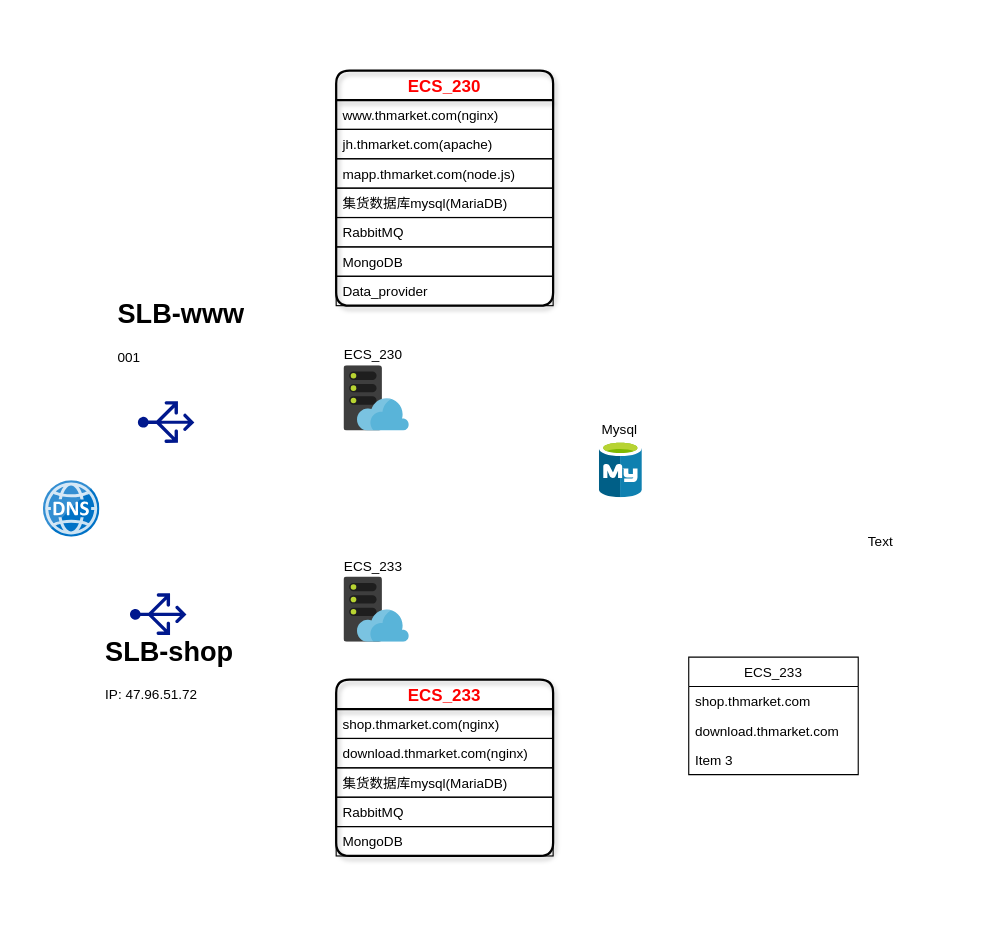
Above: draw-Files/Untitled Diagram.drawio in zhml8951/tianhuan (draw.io), before the change. Source tidied: cells renumbered, new cells numbered last; positions are measured from the earlier drawing's top-left corner, leaving out a move shared by most shapes. Both pictures are drawn from the tidied source at 113%, with x=0, y=0 at pixel (43, 70).
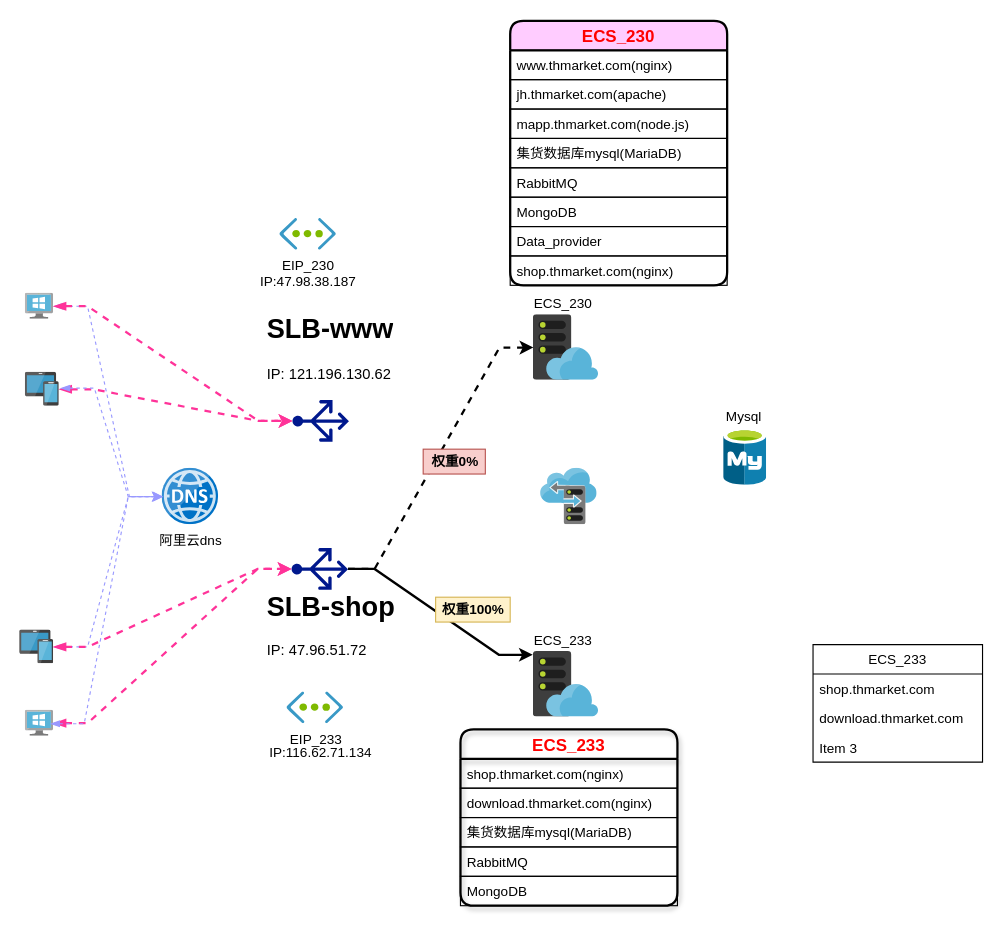
After the change.

The change refers to these unchanged cells:
```xml
<mxCell id="4" style="html=1;points=[];align=center;image;fontSize=12;image=img/lib/mscae/WebHosting.svg;" parent="3" vertex="1">
  <mxGeometry x="7" y="19.2" width="57.8" height="57.8" as="geometry" />
</mxCell>
<mxCell id="11" style="html=1;points=[];align=center;image;fontSize=12;image=img/lib/mscae/WebHosting.svg;" parent="10" vertex="1">
  <mxGeometry x="7" y="19.2" width="57.8" height="57.8" as="geometry" />
</mxCell>
```

Diff of the diagram source:
```diff
@@
-    <mxCell id="2" value="Text" style="text;html=1;strokeColor=none;fillColor=none;align=center;verticalAlign=middle;whiteSpace=wrap;rounded=0;" parent="1" vertex="1">
-      <mxGeometry x="721" y="407" width="40" height="20" as="geometry" />
-    </mxCell>
     <mxCell id="3" style="group;" parent="1" vertex="1">
-      <mxGeometry x="259" y="242" width="77" height="77" as="geometry" />
+      <mxGeometry x="426.5" y="197" width="77" height="77" as="geometry" />
     </mxCell>
@@
     <mxCell id="6" style="group;" parent="1" vertex="1">
-      <mxGeometry x="490" y="308" width="40" height="70" as="geometry" />
+      <mxGeometry x="600" y="297" width="40" height="70" as="geometry" />
     </mxCell>
@@
+    <mxCell id="35" style="edgeStyle=entityRelationEdgeStyle;rounded=0;jettySize=auto;html=1;entryX=-0.009;entryY=0.048;entryDx=0;entryDy=0;entryPerimeter=0;startArrow=none;startFill=0;strokeWidth=2;" parent="1" edge="1" source="9" target="11">
+      <mxGeometry relative="1" as="geometry" />
+    </mxCell>
+    <mxCell id="36" style="edgeStyle=entityRelationEdgeStyle;rounded=0;jettySize=auto;html=1;startArrow=none;startFill=0;strokeWidth=2;dashed=1;strokeColor=#000000;" parent="1" edge="1" source="9" target="4">
+      <mxGeometry relative="1" as="geometry" />
+    </mxCell>
     <mxCell id="9" style="shadow=0;dashed=0;html=1;strokeColor=none;labelPosition=center;verticalLabelPosition=bottom;verticalAlign=top;align=center;fillColor=#00188D;shape=mxgraph.azure.load_balancer_generic;rounded=1;glass=0;comic=0;labelBackgroundColor=none;fontSize=15;fontColor=#FF0000;rotation=-90;" parent="1" vertex="1">
-      <mxGeometry x="83" y="456" width="37" height="50" as="geometry" />
+      <mxGeometry x="226" y="416" width="37" height="50" as="geometry" />
     </mxCell>
     <mxCell id="10" style="group;" parent="1" vertex="1">
-      <mxGeometry x="259" y="429" width="77" height="77" as="geometry" />
+      <mxGeometry x="426.5" y="495" width="77" height="77" as="geometry" />
     </mxCell>
@@
-    <mxCell id="13" value="&lt;h1&gt;SLB-www&lt;/h1&gt;&lt;p&gt;001&lt;br&gt;&lt;/p&gt;" style="text;html=1;strokeColor=none;fillColor=none;spacing=5;spacingTop=-20;whiteSpace=wrap;overflow=hidden;rounded=0;" parent="1" vertex="1">
-      <mxGeometry x="61" y="196" width="135" height="90" as="geometry" />
+    <mxCell id="13" value="&lt;h1&gt;SLB-www&lt;/h1&gt;&lt;h3 class=&quot;sc-kgoBCf junNaK&quot;&gt;&lt;font size=&quot;1&quot;&gt;&lt;span style=&quot;font-weight: normal&quot;&gt;&lt;span class=&quot;sc-cMljjf jeJajC wind-rc-truncate__wrapper&quot; style=&quot;width: 100% ; position: relative&quot;&gt;&lt;span class=&quot;sc-brqgnP fbKdGm wind-rc-truncate&quot;&gt;&lt;span class=&quot;wind-rc-truncate__truncated&quot; style=&quot;font-size: 13px&quot;&gt;IP: 121.196.130.62&lt;/span&gt;&lt;/span&gt;&lt;/span&gt;&lt;/span&gt;&lt;/font&gt;&lt;/h3&gt;" style="text;html=1;strokeColor=none;fillColor=none;spacing=5;spacingTop=-20;whiteSpace=wrap;overflow=hidden;rounded=0;" parent="1" vertex="1">
+      <mxGeometry x="193" y="209" width="135" height="88" as="geometry" />
     </mxCell>
     <mxCell id="14" style="shadow=0;dashed=0;html=1;strokeColor=none;labelPosition=center;verticalLabelPosition=bottom;verticalAlign=top;align=center;fillColor=#00188D;shape=mxgraph.azure.load_balancer_generic;rounded=1;glass=0;comic=0;labelBackgroundColor=none;fontSize=15;fontColor=#FF0000;rotation=-90;" parent="1" vertex="1">
-      <mxGeometry x="90" y="286" width="37" height="50" as="geometry" />
+      <mxGeometry x="226.8" y="285" width="37" height="50" as="geometry" />
     </mxCell>
-    <mxCell id="15" value="&lt;h1&gt;SLB-shop&lt;/h1&gt;&lt;div&gt;IP: &lt;span&gt;47.96.51.72&lt;/span&gt;&lt;/div&gt;" style="text;html=1;strokeColor=none;fillColor=none;spacing=5;spacingTop=-20;whiteSpace=wrap;overflow=hidden;rounded=0;" parent="1" vertex="1">
-      <mxGeometry x="50" y="495" width="143" height="77" as="geometry" />
+    <mxCell id="15" value="&lt;h1&gt;SLB-shop&lt;/h1&gt;&lt;div style=&quot;font-size: 13px&quot;&gt;IP: &lt;span&gt;47.96.51.72&lt;/span&gt;&lt;/div&gt;" style="text;html=1;strokeColor=none;fillColor=none;spacing=5;spacingTop=-20;whiteSpace=wrap;overflow=hidden;rounded=0;" parent="1" vertex="1">
+      <mxGeometry x="193" y="455" width="143" height="77" as="geometry" />
     </mxCell>
+    <mxCell id="34" value="阿里云dns" style="html=1;points=[];align=center;image;fontSize=12;image=img/lib/mscae/DNS.svg;" parent="1" vertex="1">
+      <mxGeometry x="105" y="352" width="50" height="50" as="geometry" />
+    </mxCell>
     <mxCell id="16" value="ECS_233" style="swimlane;fontStyle=0;horizontal=1;startSize=26;fillColor=none;" parent="1" vertex="1">
-      <mxGeometry x="571" y="519" width="150" height="104" as="geometry" />
+      <mxGeometry x="681" y="508" width="150" height="104" as="geometry" />
     </mxCell>
@@
     <mxCell id="20" value="ECS_233" style="swimlane;fontStyle=1;horizontal=1;startSize=26;fillColor=none;rounded=1;glass=0;shadow=1;comic=0;strokeWidth=2;swimlaneFillColor=none;fontColor=#FF0000;fontSize=15;" parent="1" vertex="1">
-      <mxGeometry x="259" y="539" width="192" height="156" as="geometry" />
+      <mxGeometry x="369" y="583" width="192" height="156" as="geometry" />
     </mxCell>
@@
+    <mxCell id="37" style="edgeStyle=entityRelationEdgeStyle;rounded=0;jettySize=auto;html=1;entryX=0.02;entryY=0.5;entryDx=0;entryDy=0;entryPerimeter=0;dashed=1;startArrow=blockThin;startFill=1;strokeWidth=1;strokeColor=#9999FF;" parent="1" edge="1" source="39" target="34">
+      <mxGeometry relative="1" as="geometry" />
+    </mxCell>
+    <mxCell id="38" style="edgeStyle=entityRelationEdgeStyle;rounded=0;jettySize=auto;html=1;entryX=0.5;entryY=0;entryDx=0;entryDy=0;entryPerimeter=0;dashed=1;startArrow=blockThin;startFill=1;strokeWidth=2;strokeColor=#FF3399;" parent="1" edge="1" source="39" target="14">
+      <mxGeometry relative="1" as="geometry" />
+    </mxCell>
+    <mxCell id="39" style="html=1;points=[];align=center;image;fontSize=12;image=img/lib/mscae/VirtualMachineWindows.svg;" parent="1" vertex="1">
+      <mxGeometry x="-16" y="197" width="25" height="23" as="geometry" />
+    </mxCell>
+    <mxCell id="40" style="edgeStyle=entityRelationEdgeStyle;rounded=0;jettySize=auto;html=1;entryX=0.5;entryY=0;entryDx=0;entryDy=0;entryPerimeter=0;dashed=1;startArrow=blockThin;startFill=1;strokeWidth=2;strokeColor=#FF3399;" parent="1" edge="1" source="41" target="14">
+      <mxGeometry relative="1" as="geometry" />
+    </mxCell>
+    <mxCell id="41" style="html=1;points=[];align=center;image;fontSize=12;image=img/lib/mscae/Devices_Groups.svg;" parent="1" vertex="1">
+      <mxGeometry x="-16" y="267" width="30" height="30" as="geometry" />
+    </mxCell>
+    <mxCell id="42" style="edgeStyle=entityRelationEdgeStyle;rounded=0;jettySize=auto;html=1;entryX=0.5;entryY=0;entryDx=0;entryDy=0;dashed=1;startArrow=blockThin;startFill=1;strokeWidth=2;strokeColor=#FF3399;entryPerimeter=0;" parent="1" edge="1" source="43" target="9">
+      <mxGeometry relative="1" as="geometry" />
+    </mxCell>
+    <mxCell id="43" style="html=1;points=[];align=center;image;fontSize=12;image=img/lib/mscae/VirtualMachineWindows.svg;" parent="1" vertex="1">
+      <mxGeometry x="-16" y="566" width="25" height="23" as="geometry" />
+    </mxCell>
+    <mxCell id="44" style="rounded=0;jettySize=auto;html=1;strokeWidth=1;edgeStyle=entityRelationEdgeStyle;dashed=1;startArrow=blockThin;startFill=1;strokeColor=#9999FF;" parent="1" edge="1" source="46">
+      <mxGeometry relative="1" as="geometry">
+        <mxPoint x="105" y="377" as="targetPoint" />
+      </mxGeometry>
+    </mxCell>
+    <mxCell id="45" style="edgeStyle=entityRelationEdgeStyle;rounded=0;jettySize=auto;html=1;dashed=1;startArrow=blockThin;startFill=1;strokeWidth=2;strokeColor=#FF3399;entryX=0.5;entryY=0;entryDx=0;entryDy=0;entryPerimeter=0;" parent="1" edge="1" source="46" target="9">
+      <mxGeometry relative="1" as="geometry" />
+    </mxCell>
+    <mxCell id="46" style="html=1;points=[];align=center;image;fontSize=12;image=img/lib/mscae/Devices_Groups.svg;" parent="1" vertex="1">
+      <mxGeometry x="-21" y="495" width="30" height="30" as="geometry" />
+    </mxCell>
+    <mxCell id="47" style="rounded=0;jettySize=auto;html=1;strokeWidth=1;edgeStyle=entityRelationEdgeStyle;dashed=1;startArrow=blockThin;startFill=1;strokeColor=#9999FF;" parent="1" edge="1" target="34">
+      <mxGeometry relative="1" as="geometry">
+        <mxPoint x="6" y="578" as="sourcePoint" />
+      </mxGeometry>
+    </mxCell>
+    <mxCell id="48" style="rounded=0;jettySize=auto;html=1;strokeWidth=1;edgeStyle=entityRelationEdgeStyle;dashed=1;startArrow=blockThin;startFill=1;exitX=1.033;exitY=0.467;exitDx=0;exitDy=0;exitPerimeter=0;strokeColor=#9999FF;" parent="1" edge="1" source="41" target="34">
+      <mxGeometry relative="1" as="geometry" />
+    </mxCell>
+    <mxCell id="49" style="group;" parent="1" vertex="1">
+      <mxGeometry x="193" y="550" width="104.5" height="64" as="geometry" />
+    </mxCell>
+    <mxCell id="50" value="EIP_233" style="html=1;align=center;image;fontSize=12;image=img/lib/mscae/Virtual_Network.svg;" parent="49" vertex="1">
+      <mxGeometry x="22.5" width="50" height="28" as="geometry" />
+    </mxCell>
+    <mxCell id="51" value="&lt;span&gt;IP:116.62.71.134&lt;/span&gt;" style="text;html=1;strokeColor=none;fillColor=none;align=center;verticalAlign=middle;whiteSpace=wrap;rounded=0;" parent="49" vertex="1">
+      <mxGeometry y="44" width="104.5" height="20" as="geometry" />
+    </mxCell>
+    <mxCell id="52" style="group;" parent="1" vertex="1">
+      <mxGeometry x="182" y="131" width="104.5" height="66" as="geometry" />
+    </mxCell>
+    <mxCell id="53" value="EIP_230" style="html=1;align=center;image;fontSize=12;image=img/lib/mscae/Virtual_Network.svg;" parent="52" vertex="1">
+      <mxGeometry x="27.2" width="50" height="28" as="geometry" />
+    </mxCell>
+    <mxCell id="54" value="&lt;span&gt;IP:&lt;/span&gt;&lt;span&gt;47.98.38.187&lt;/span&gt;" style="text;html=1;strokeColor=none;fillColor=none;align=center;verticalAlign=middle;whiteSpace=wrap;rounded=0;" parent="52" vertex="1">
+      <mxGeometry y="46" width="104.5" height="20" as="geometry" />
+    </mxCell>
+    <mxCell id="55" style="html=1;align=center;image;fontSize=12;image=img/lib/mscae/Storage_sync_service.svg;" parent="1" vertex="1">
+      <mxGeometry x="440" y="352" width="50" height="50" as="geometry" />
+    </mxCell>
+    <mxCell id="56" value="权重100%" style="text;html=1;align=center;verticalAlign=middle;fillColor=#fff2cc;strokeColor=#d6b656;fontStyle=1;" parent="1" vertex="1">
+      <mxGeometry x="347" y="466" width="66" height="22" as="geometry" />
+    </mxCell>
+    <mxCell id="57" value="权重0%" style="text;html=1;align=center;verticalAlign=middle;fillColor=#f8cecc;strokeColor=#b85450;fontStyle=1;" parent="1" vertex="1">
+      <mxGeometry x="336" y="335" width="55" height="22" as="geometry" />
+    </mxCell>
-    <mxCell id="26" value="ECS_230" style="swimlane;fontStyle=1;horizontal=1;startSize=26;fillColor=none;rounded=1;glass=0;shadow=1;comic=0;strokeWidth=2;swimlaneFillColor=none;fontColor=#FF0000;fontSize=15;" parent="1" vertex="1">
-      <mxGeometry x="259" width="192" height="208" as="geometry" />
+    <mxCell id="26" value="ECS_230" style="swimlane;fontStyle=1;horizontal=1;startSize=26;fillColor=#FFCCFF;rounded=1;glass=0;shadow=0;comic=0;strokeWidth=2;swimlaneFillColor=none;fontColor=#FF0000;fontSize=15;swimlaneLine=1;gradientColor=none;" parent="1" vertex="1">
+      <mxGeometry x="413" y="-44" width="192" height="234" as="geometry" />
     </mxCell>
@@
-    <mxCell id="34" style="html=1;points=[];align=center;image;fontSize=12;image=img/lib/mscae/DNS.svg;" parent="1" vertex="1">
-      <mxGeometry y="363" width="50" height="50" as="geometry" />
-    </mxCell>
+    <mxCell id="58" value="shop.thmarket.com(nginx)" style="text;strokeColor=#000000;fillColor=none;align=left;verticalAlign=top;spacingLeft=4;spacingRight=4;overflow=hidden;" parent="26" vertex="1">
+      <mxGeometry y="208" width="192" height="26" as="geometry" />
+    </mxCell>
```
